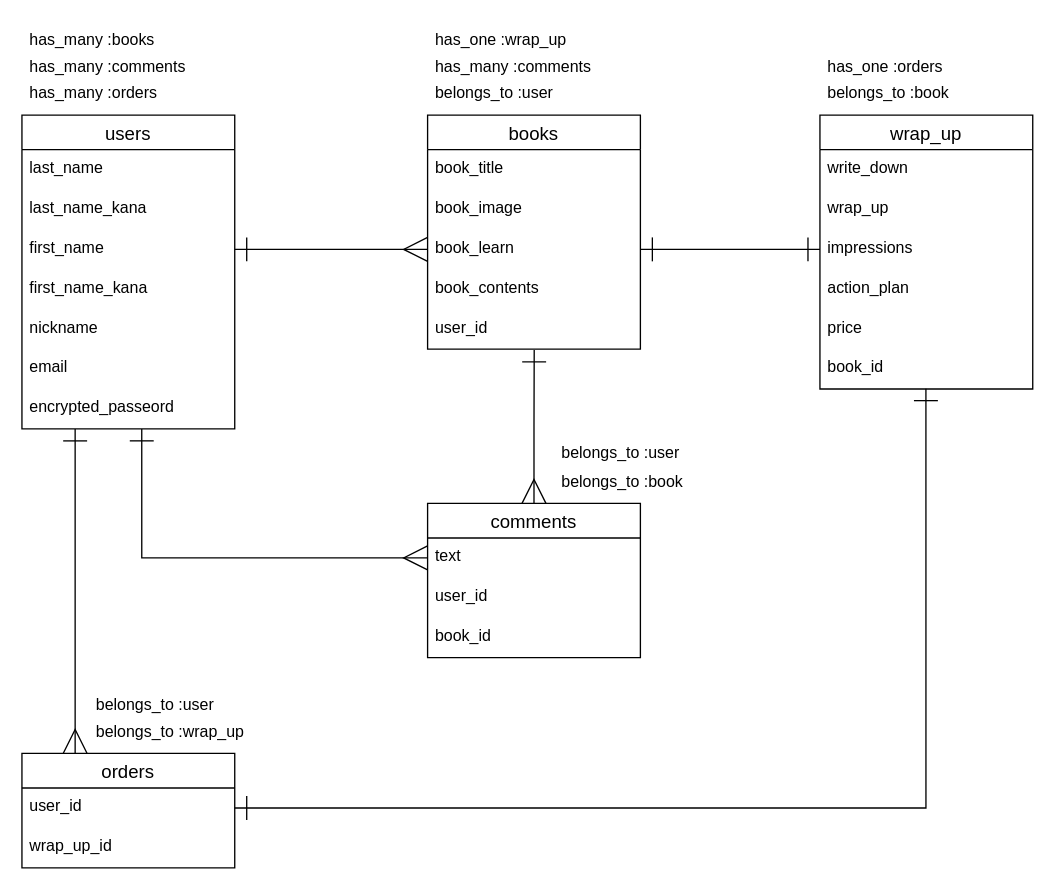
Above: readme.dio in shimazaki-koji/reading_book_app (draw.io), before the change. Source tidied: cells renumbered, new cells numbered last; positions are measured from the earlier drawing's top-left corner, leaving out a move shared by most shapes. Both pictures are drawn from the tidied source at 133%, with x=0, y=0 at pixel (21, 21).
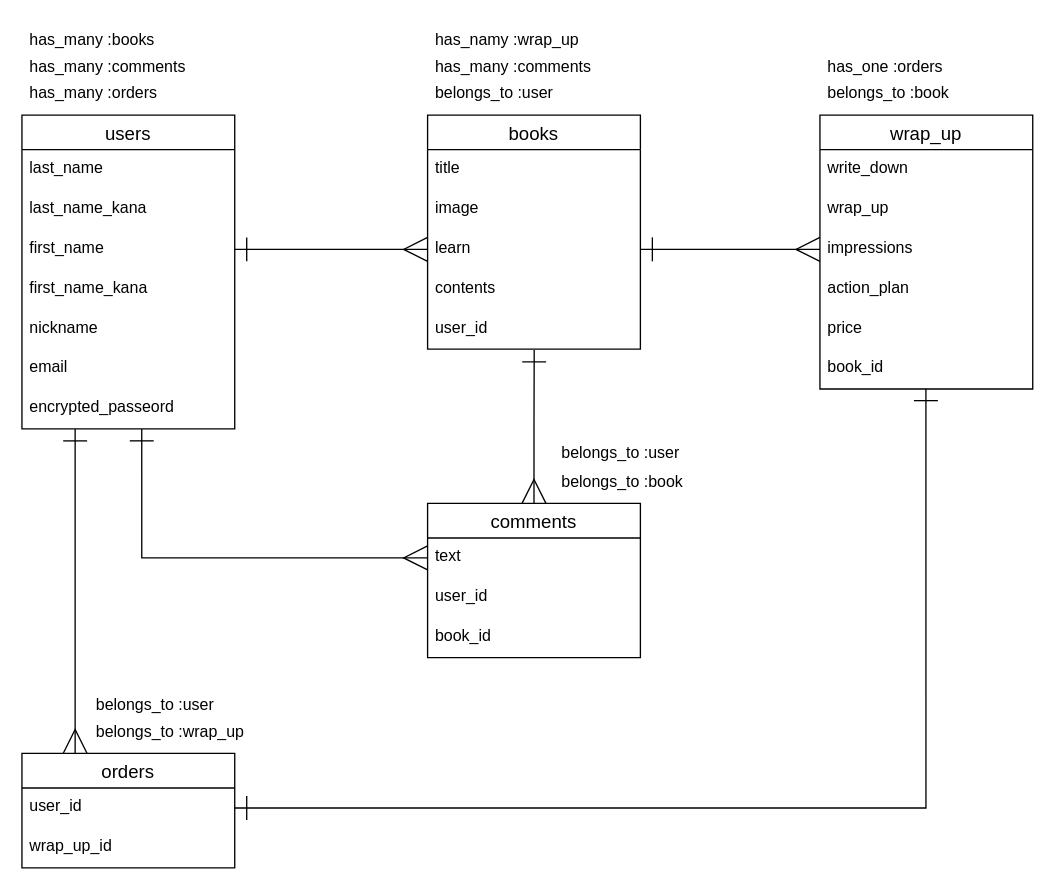
Above is the later version.

The change refers to these unchanged cells:
```xml
<mxCell id="10" value="books" style="swimlane;fontStyle=0;horizontal=1;startSize=26;align=center;fontSize=14;" parent="1" vertex="1">
  <mxGeometry x="305" y="70" width="160" height="176" as="geometry" />
</mxCell>
<mxCell id="19" value="impressions" style="text;strokeColor=none;fillColor=none;spacingLeft=4;spacingRight=4;overflow=hidden;points=[[0,0.5],[1,0.5]];portConstraint=eastwest;fontSize=12;" parent="16" vertex="1">
  <mxGeometry y="86" width="160" height="30" as="geometry" />
</mxCell>
```

What changed in the source:
```diff
@@
-    <mxCell id="11" value="book_title" style="text;strokeColor=none;fillColor=none;spacingLeft=4;spacingRight=4;overflow=hidden;fontSize=12;" parent="10" vertex="1">
+    <mxCell id="11" value="title" style="text;strokeColor=none;fillColor=none;spacingLeft=4;spacingRight=4;overflow=hidden;fontSize=12;" parent="10" vertex="1">
       <mxGeometry y="26" width="160" height="30" as="geometry" />
     </mxCell>
-    <mxCell id="12" value="book_image" style="text;strokeColor=none;fillColor=none;spacingLeft=4;spacingRight=4;overflow=hidden;fontSize=12;" parent="10" vertex="1">
+    <mxCell id="12" value="image" style="text;strokeColor=none;fillColor=none;spacingLeft=4;spacingRight=4;overflow=hidden;fontSize=12;" parent="10" vertex="1">
       <mxGeometry y="56" width="160" height="30" as="geometry" />
     </mxCell>
-    <mxCell id="13" value="book_learn" style="text;strokeColor=none;fillColor=none;spacingLeft=4;spacingRight=4;overflow=hidden;points=[[0,0.5],[1,0.5]];portConstraint=eastwest;fontSize=12;" parent="10" vertex="1">
+    <mxCell id="13" value="learn" style="text;strokeColor=none;fillColor=none;spacingLeft=4;spacingRight=4;overflow=hidden;points=[[0,0.5],[1,0.5]];portConstraint=eastwest;fontSize=12;" parent="10" vertex="1">
       <mxGeometry y="86" width="160" height="30" as="geometry" />
     </mxCell>
-    <mxCell id="14" value="book_contents" style="text;strokeColor=none;fillColor=none;spacingLeft=4;spacingRight=4;overflow=hidden;fontSize=12;" parent="10" vertex="1">
+    <mxCell id="14" value="contents" style="text;strokeColor=none;fillColor=none;spacingLeft=4;spacingRight=4;overflow=hidden;fontSize=12;" parent="10" vertex="1">
       <mxGeometry y="116" width="160" height="30" as="geometry" />
     </mxCell>
@@
-    <mxCell id="33" style="edgeStyle=orthogonalEdgeStyle;rounded=0;jettySize=auto;html=1;exitX=1;exitY=0.5;exitDx=0;exitDy=0;entryX=0;entryY=0.5;entryDx=0;entryDy=0;startArrow=ERone;startFill=0;startSize=16;endArrow=ERone;endFill=0;endSize=16;" parent="1" edge="1" source="13" target="19">
+    <mxCell id="33" style="edgeStyle=orthogonalEdgeStyle;rounded=0;jettySize=auto;html=1;exitX=1;exitY=0.5;exitDx=0;exitDy=0;entryX=0;entryY=0.5;entryDx=0;entryDy=0;startArrow=ERone;startFill=0;startSize=16;endArrow=ERmany;endFill=0;endSize=16;" parent="1" edge="1" source="13" target="19">
       <mxGeometry relative="1" as="geometry" />
     </mxCell>
@@
-    <mxCell id="41" value="has_one :wrap_up" style="text;strokeColor=none;fillColor=none;spacingLeft=4;spacingRight=4;overflow=hidden;fontSize=12;" parent="1" vertex="1">
+    <mxCell id="41" value="has_namy :wrap_up" style="text;strokeColor=none;fillColor=none;spacingLeft=4;spacingRight=4;overflow=hidden;fontSize=12;" parent="1" vertex="1">
       <mxGeometry x="305" width="140" height="30" as="geometry" />
     </mxCell>
```
